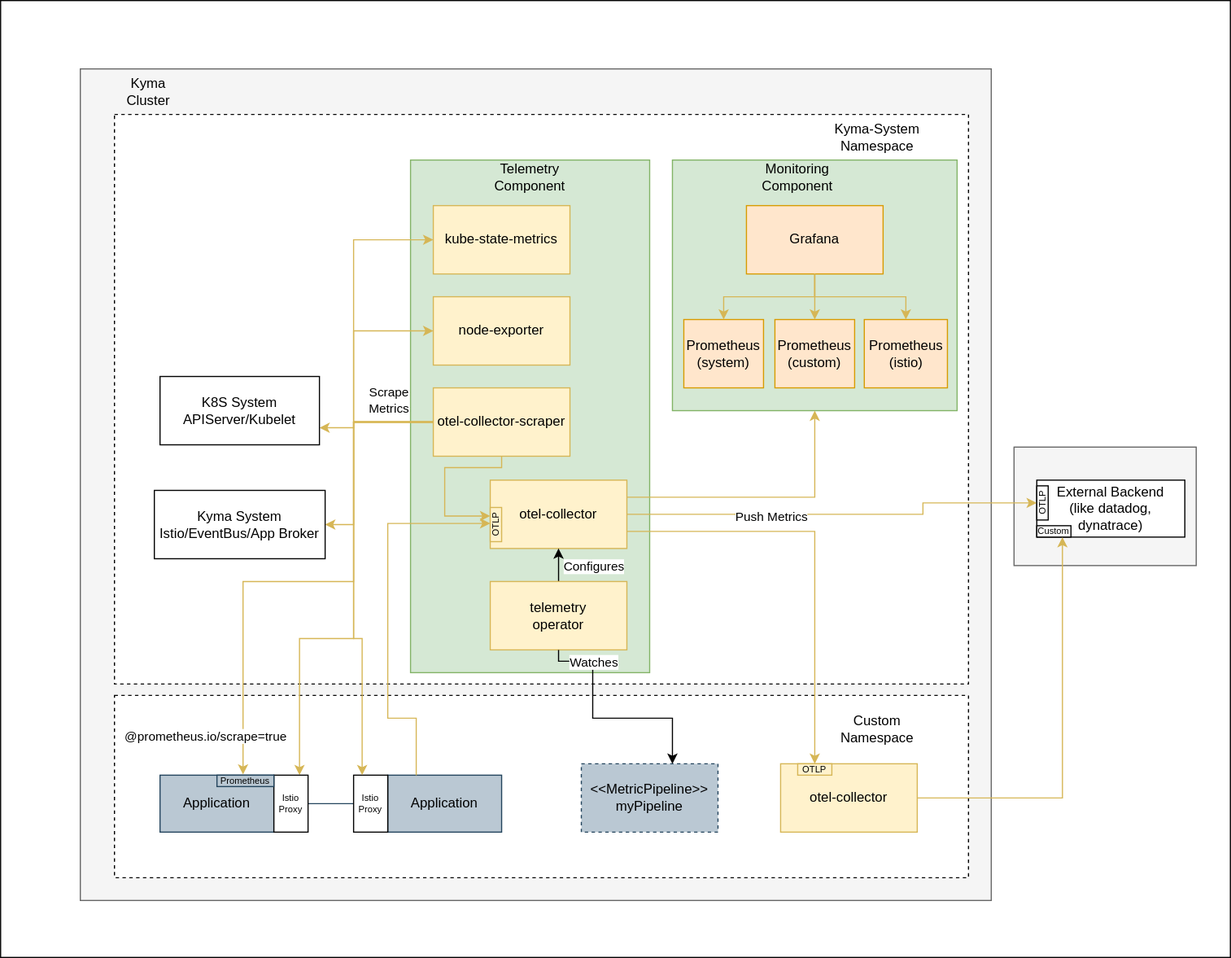
This is concepts/observability-configurable-monitoring/assets/future.drawio.svg from kyma-project/community, a draw.io export, as it was before one commit. Source tidied: cells renumbered, new cells last; positions are measured from the earlier drawing's top-left corner, leaving out a move shared by most shapes.
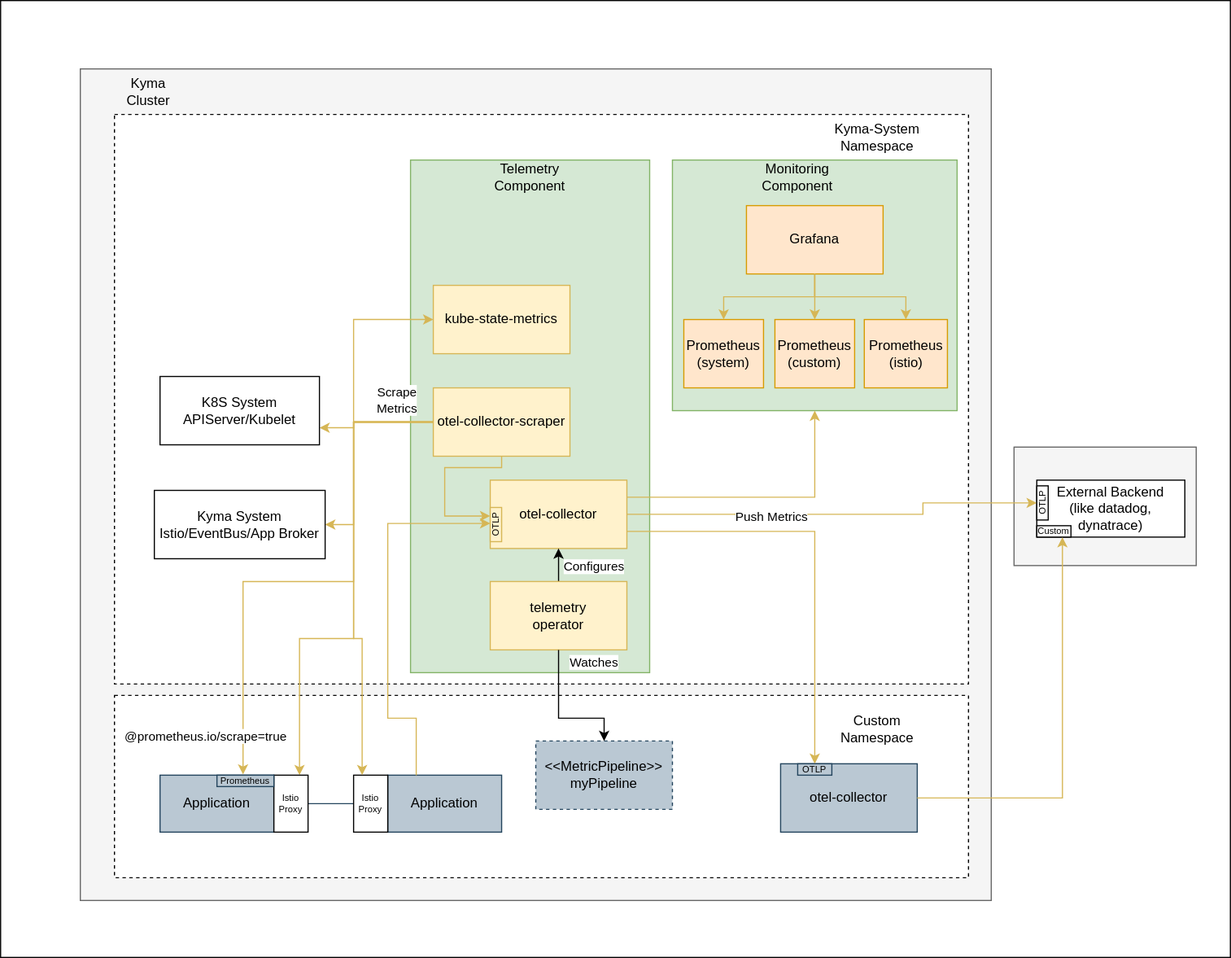
The same diagram one commit later.

Diff of the diagram source:
```diff
@@ -109,25 +109,14 @@
         </Array>
       </mxGeometry>
     </mxCell>
-    <mxCell id="27" value="node-exporter" style="rounded=0;whiteSpace=wrap;html=1;fillColor=#fff2cc;strokeColor=#d6b656;fontColor=#000000;" parent="1" vertex="1">
-      <mxGeometry x="380" y="260" width="120" height="60" as="geometry" />
-    </mxCell>
     <mxCell id="28" value="kube-state-metrics" style="rounded=0;whiteSpace=wrap;html=1;fillColor=#fff2cc;strokeColor=#d6b656;fontColor=#000000;" parent="1" vertex="1">
-      <mxGeometry x="380" y="180" width="120" height="60" as="geometry" />
+      <mxGeometry x="380" y="250" width="120" height="60" as="geometry" />
     </mxCell>
-    <mxCell id="29" style="edgeStyle=orthogonalEdgeStyle;rounded=0;jettySize=auto;html=1;exitX=0;exitY=0.5;exitDx=0;exitDy=0;entryX=0;entryY=0.5;entryDx=0;entryDy=0;fillColor=#fff2cc;strokeColor=#d6b656;" parent="1" edge="1" source="56" target="27">
-      <mxGeometry relative="1" as="geometry">
-        <Array as="points">
-          <mxPoint x="310" y="370" />
-          <mxPoint x="310" y="290" />
-        </Array>
-      </mxGeometry>
-    </mxCell>
     <mxCell id="30" style="edgeStyle=orthogonalEdgeStyle;rounded=0;jettySize=auto;html=1;exitX=0;exitY=0.5;exitDx=0;exitDy=0;fillColor=#fff2cc;strokeColor=#d6b656;entryX=0;entryY=0.5;entryDx=0;entryDy=0;" parent="1" edge="1" source="56" target="28">
       <mxGeometry relative="1" as="geometry">
         <Array as="points">
           <mxPoint x="310" y="370" />
-          <mxPoint x="310" y="210" />
+          <mxPoint x="310" y="280" />
         </Array>
       </mxGeometry>
     </mxCell>
@@ -161,21 +150,19 @@
       <mxGeometry x="430" y="510" width="120" height="60" as="geometry" />
     </mxCell>
     <mxCell id="37" value="&amp;lt;&amp;lt;MetricPipeline&amp;gt;&amp;gt;&lt;br&gt;myPipeline" style="rounded=0;whiteSpace=wrap;html=1;fillColor=#bac8d3;strokeColor=#23445d;fontColor=#000000;dashed=1;" parent="1" vertex="1">
-      <mxGeometry x="510" y="670" width="120" height="60" as="geometry" />
+      <mxGeometry x="470" y="650" width="120" height="60" as="geometry" />
     </mxCell>
-    <mxCell id="38" style="edgeStyle=orthogonalEdgeStyle;html=1;exitX=0.5;exitY=1;exitDx=0;exitDy=0;rounded=0;" parent="1" edge="1" source="36" target="37">
+    <mxCell id="38" style="edgeStyle=orthogonalEdgeStyle;html=1;exitX=0.5;exitY=1;exitDx=0;exitDy=0;rounded=0;entryX=0.5;entryY=0;entryDx=0;entryDy=0;" parent="1" edge="1" source="36" target="37">
       <mxGeometry relative="1" as="geometry">
         <Array as="points">
-          <mxPoint x="490" y="580" />
-          <mxPoint x="520" y="580" />
-          <mxPoint x="520" y="630" />
-          <mxPoint x="590" y="630" />
+          <mxPoint x="490" y="630" />
+          <mxPoint x="530" y="630" />
         </Array>
       </mxGeometry>
     </mxCell>
     <mxCell id="39" value="Watches" style="edgeLabel;html=1;align=center;verticalAlign=middle;" parent="38" vertex="1">
       <mxGeometry x="0.35" y="2" relative="1" as="geometry">
-        <mxPoint x="-45" y="-48" as="offset" />
+        <mxPoint x="9" y="-48" as="offset" />
       </mxGeometry>
     </mxCell>
     <mxCell id="40" style="rounded=0;whiteSpace=wrap;html=1;fillColor=#f5f5f5;strokeColor=#666666;fontColor=#333333;" parent="1" vertex="1">
@@ -200,7 +187,7 @@
     <mxCell id="44" value="OTLP" style="rounded=0;whiteSpace=wrap;html=1;fontSize=8;rotation=-90;" parent="1" vertex="1">
       <mxGeometry x="900" y="436" width="30" height="10" as="geometry" />
     </mxCell>
-    <mxCell id="45" value="otel-collector" style="rounded=0;whiteSpace=wrap;html=1;fillColor=#fff2cc;strokeColor=#d6b656;fontColor=#000000;" parent="1" vertex="1">
+    <mxCell id="45" value="otel-collector" style="rounded=0;whiteSpace=wrap;html=1;fillColor=#bac8d3;strokeColor=#23445d;" parent="1" vertex="1">
       <mxGeometry x="685" y="670" width="120" height="60" as="geometry" />
     </mxCell>
     <mxCell id="46" style="edgeStyle=orthogonalEdgeStyle;rounded=0;jettySize=auto;html=1;fillColor=#fff2cc;strokeColor=#d6b656;jumpStyle=gap;exitX=1;exitY=0.75;exitDx=0;exitDy=0;entryX=0.25;entryY=0;entryDx=0;entryDy=0;" parent="1" edge="1" source="11" target="45">
@@ -212,7 +199,7 @@
     <mxCell id="48" style="edgeStyle=orthogonalEdgeStyle;rounded=0;jettySize=auto;html=1;fillColor=#fff2cc;strokeColor=#d6b656;jumpStyle=gap;exitX=1;exitY=0.5;exitDx=0;exitDy=0;entryX=0.75;entryY=1;entryDx=0;entryDy=0;" parent="1" edge="1" source="45" target="47">
       <mxGeometry relative="1" as="geometry" />
     </mxCell>
-    <mxCell id="49" value="OTLP" style="rounded=0;whiteSpace=wrap;html=1;fontSize=8;rotation=0;fillColor=#fff2cc;strokeColor=#d6b656;" parent="1" vertex="1">
+    <mxCell id="49" value="OTLP" style="rounded=0;whiteSpace=wrap;html=1;fontSize=8;rotation=0;fillColor=#bac8d3;strokeColor=#23445d;" parent="1" vertex="1">
       <mxGeometry x="700" y="670" width="30" height="10" as="geometry" />
     </mxCell>
     <mxCell id="50" value="Prometheus&lt;br&gt;(custom)" style="rounded=0;whiteSpace=wrap;html=1;fillColor=#ffe6cc;strokeColor=#d79b00;" parent="1" vertex="1">
```
